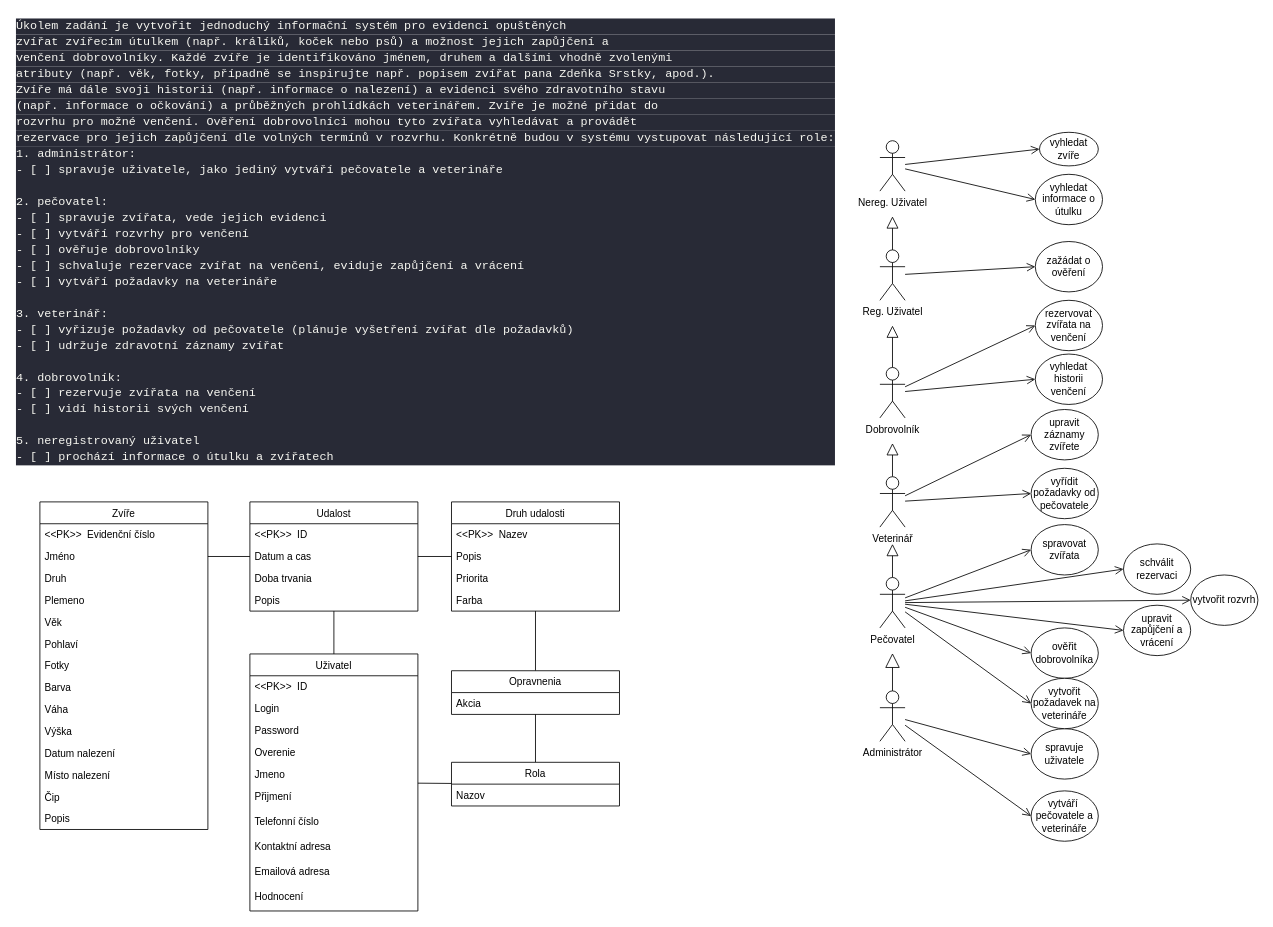
The draw.io diagram db.drawio in solumath/IIS-Zvireci-utulek, before the edit. Source tidied: cells renumbered, new cells numbered last; positions are measured from the earlier drawing's top-left corner, leaving out a move shared by most shapes. Both pictures are drawn from the tidied source at 84%, with x=0, y=0 at pixel (14, 14).
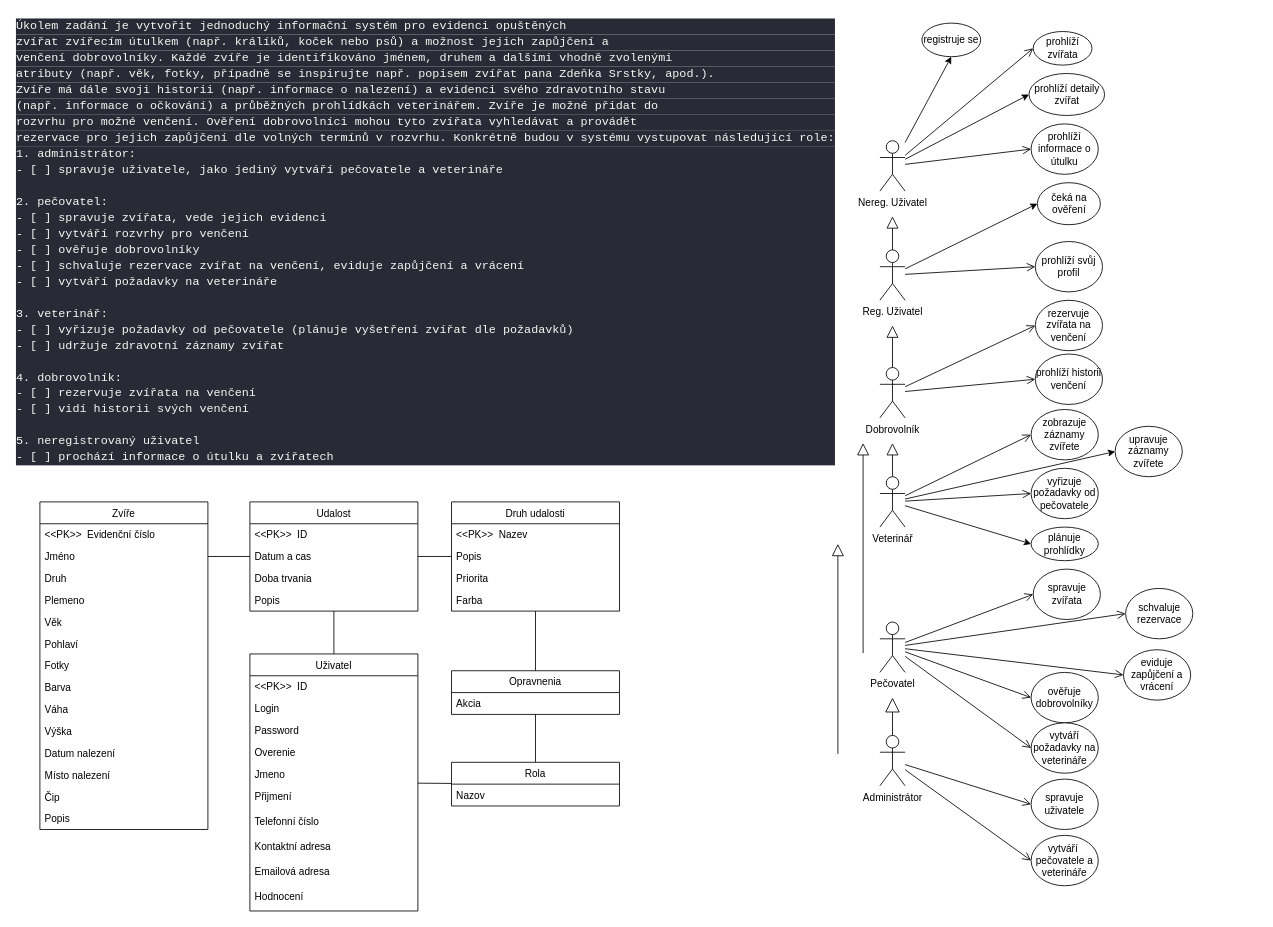
After the change.

Unchanged cells that the change refers to:
```xml
<mxCell id="68" value="Veterinář" style="shape=umlActor;verticalLabelPosition=bottom;verticalAlign=top;html=1;outlineConnect=0;" parent="1" vertex="1">
  <mxGeometry x="1030" y="550" width="30" height="60" as="geometry" />
</mxCell>
<mxCell id="75" value="Nereg. Uživatel" style="shape=umlActor;verticalLabelPosition=bottom;verticalAlign=top;html=1;outlineConnect=0;" parent="1" vertex="1">
  <mxGeometry x="1030" y="150" width="30" height="60" as="geometry" />
</mxCell>
<mxCell id="82" value="Reg. Uživatel" style="shape=umlActor;verticalLabelPosition=bottom;verticalAlign=top;html=1;outlineConnect=0;" parent="1" vertex="1">
  <mxGeometry x="1030" y="280" width="30" height="60" as="geometry" />
</mxCell>
```

Diff of the diagram source:
```diff
@@
     <mxCell id="55" value="Administrátor" style="shape=umlActor;verticalLabelPosition=bottom;verticalAlign=top;html=1;outlineConnect=0;" parent="1" vertex="1">
-      <mxGeometry x="1030" y="805" width="30" height="60" as="geometry" />
+      <mxGeometry x="1030" y="858" width="30" height="60" as="geometry" />
     </mxCell>
     <mxCell id="56" style="edgeStyle=none;html=1;startArrow=block;startFill=0;endArrow=none;endFill=0;startSize=15;endSize=12;strokeWidth=1;" parent="1" edge="1" target="55">
       <mxGeometry relative="1" as="geometry">
-        <mxPoint x="1045" y="760" as="sourcePoint" />
+        <mxPoint x="1045" y="813" as="sourcePoint" />
       </mxGeometry>
     </mxCell>
-    <mxCell id="57" style="edgeStyle=none;html=1;startArrow=none;startFill=0;endArrow=block;endFill=0;startSize=15;endSize=12;strokeWidth=1;" parent="1" edge="1" source="64">
+    <mxCell id="57" style="edgeStyle=none;html=1;startArrow=none;startFill=0;endArrow=block;endFill=0;startSize=15;endSize=12;strokeWidth=1;" parent="1" edge="1">
       <mxGeometry relative="1" as="geometry">
-        <mxPoint x="1045" y="630" as="targetPoint" />
+        <mxPoint x="1010" y="760" as="sourcePoint" />
+        <mxPoint x="1010" y="510" as="targetPoint" />
       </mxGeometry>
     </mxCell>
@@
-    <mxCell id="60" style="edgeStyle=none;html=1;entryX=0;entryY=0.5;entryDx=0;entryDy=0;startArrow=none;startFill=0;endArrow=open;endFill=0;startSize=15;endSize=8;strokeWidth=1;" parent="1" edge="1" source="64" target="89">
-      <mxGeometry relative="1" as="geometry" />
-    </mxCell>
@@
     <mxCell id="64" value="Pečovatel" style="shape=umlActor;verticalLabelPosition=bottom;verticalAlign=top;html=1;outlineConnect=0;" parent="1" vertex="1">
-      <mxGeometry x="1030" y="670" width="30" height="60" as="geometry" />
+      <mxGeometry x="1030" y="723" width="30" height="60" as="geometry" />
     </mxCell>
@@
+    <mxCell id="94" style="edgeStyle=none;html=1;entryX=0;entryY=0.5;entryDx=0;entryDy=0;" parent="1" edge="1" source="68" target="101">
+      <mxGeometry relative="1" as="geometry" />
+    </mxCell>
+    <mxCell id="95" style="edgeStyle=none;html=1;entryX=0;entryY=0.5;entryDx=0;entryDy=0;" parent="1" edge="1" source="68" target="102">
+      <mxGeometry relative="1" as="geometry" />
+    </mxCell>
@@
+    <mxCell id="96" style="edgeStyle=none;html=1;entryX=0;entryY=0.5;entryDx=0;entryDy=0;" parent="1" edge="1" source="75" target="100">
+      <mxGeometry relative="1" as="geometry" />
+    </mxCell>
+    <mxCell id="97" style="edgeStyle=none;html=1;entryX=0.5;entryY=1;entryDx=0;entryDy=0;" parent="1" edge="1" source="75" target="104">
+      <mxGeometry relative="1" as="geometry" />
+    </mxCell>
@@
-    <mxCell id="76" value="vyhledat zvíře" style="ellipse;whiteSpace=wrap;html=1;" parent="1" vertex="1">
-      <mxGeometry x="1220" y="140" width="70" height="40" as="geometry" />
+    <mxCell id="76" value="prohlíží zvířata" style="ellipse;whiteSpace=wrap;html=1;" parent="1" vertex="1">
+      <mxGeometry x="1212.5" y="20" width="70" height="40" as="geometry" />
     </mxCell>
-    <mxCell id="77" value="vyhledat informace o útulku" style="ellipse;whiteSpace=wrap;html=1;" parent="1" vertex="1">
-      <mxGeometry x="1215" y="190" width="80" height="60" as="geometry" />
+    <mxCell id="77" value="prohlíží informace o útulku" style="ellipse;whiteSpace=wrap;html=1;" parent="1" vertex="1">
+      <mxGeometry x="1210" y="130" width="80" height="60" as="geometry" />
     </mxCell>
     <mxCell id="78" value="spravuje uživatele" style="ellipse;whiteSpace=wrap;html=1;" parent="1" vertex="1">
-      <mxGeometry x="1210" y="850" width="80" height="60" as="geometry" />
+      <mxGeometry x="1210" y="910" width="80" height="60" as="geometry" />
     </mxCell>
     <mxCell id="79" value="vytváří&amp;nbsp; pečovatele a veterináře" style="ellipse;whiteSpace=wrap;html=1;" parent="1" vertex="1">
-      <mxGeometry x="1210" y="924" width="80" height="60" as="geometry" />
+      <mxGeometry x="1210" y="977" width="80" height="60" as="geometry" />
     </mxCell>
@@
+    <mxCell id="98" style="edgeStyle=none;html=1;entryX=0;entryY=0.5;entryDx=0;entryDy=0;" parent="1" edge="1" source="82" target="99">
+      <mxGeometry relative="1" as="geometry" />
+    </mxCell>
@@
-    <mxCell id="83" value="zažádat o ověření" style="ellipse;whiteSpace=wrap;html=1;" parent="1" vertex="1">
+    <mxCell id="83" value="prohlíží svůj profil" style="ellipse;whiteSpace=wrap;html=1;" parent="1" vertex="1">
       <mxGeometry x="1215" y="270" width="80" height="60" as="geometry" />
     </mxCell>
-    <mxCell id="84" value="rezervovat zvířata na venčení" style="ellipse;whiteSpace=wrap;html=1;" parent="1" vertex="1">
+    <mxCell id="84" value="rezervuje zvířata na venčení" style="ellipse;whiteSpace=wrap;html=1;" parent="1" vertex="1">
       <mxGeometry x="1215" y="340" width="80" height="60" as="geometry" />
     </mxCell>
-    <mxCell id="85" value="vyhledat historii venčení" style="ellipse;whiteSpace=wrap;html=1;" parent="1" vertex="1">
+    <mxCell id="85" value="prohlíží historii venčení" style="ellipse;whiteSpace=wrap;html=1;" parent="1" vertex="1">
       <mxGeometry x="1215" y="404" width="80" height="60" as="geometry" />
     </mxCell>
-    <mxCell id="86" value="upravit záznamy zvířete" style="ellipse;whiteSpace=wrap;html=1;" parent="1" vertex="1">
+    <mxCell id="86" value="zobrazuje záznamy zvířete" style="ellipse;whiteSpace=wrap;html=1;" parent="1" vertex="1">
       <mxGeometry x="1210" y="470" width="80" height="60" as="geometry" />
     </mxCell>
-    <mxCell id="87" value="vyřídit požadavky od pečovatele" style="ellipse;whiteSpace=wrap;html=1;" parent="1" vertex="1">
+    <mxCell id="87" value="vyřizuje požadavky od pečovatele" style="ellipse;whiteSpace=wrap;html=1;" parent="1" vertex="1">
       <mxGeometry x="1210" y="540" width="80" height="60" as="geometry" />
     </mxCell>
-    <mxCell id="88" value="spravovat zvířata" style="ellipse;whiteSpace=wrap;html=1;" parent="1" vertex="1">
-      <mxGeometry x="1210" y="607" width="80" height="60" as="geometry" />
+    <mxCell id="88" value="spravuje zvířata" style="ellipse;whiteSpace=wrap;html=1;" parent="1" vertex="1">
+      <mxGeometry x="1212.5" y="660" width="80" height="60" as="geometry" />
     </mxCell>
-    <mxCell id="89" value="vytvořit rozvrh" style="ellipse;whiteSpace=wrap;html=1;" parent="1" vertex="1">
-      <mxGeometry x="1400" y="667" width="80" height="60" as="geometry" />
-    </mxCell>
-    <mxCell id="90" value="ověřit dobrovolníka" style="ellipse;whiteSpace=wrap;html=1;" parent="1" vertex="1">
-      <mxGeometry x="1210" y="730" width="80" height="60" as="geometry" />
+    <mxCell id="90" value="ověřuje dobrovolníky" style="ellipse;whiteSpace=wrap;html=1;" parent="1" vertex="1">
+      <mxGeometry x="1210" y="783" width="80" height="60" as="geometry" />
     </mxCell>
-    <mxCell id="91" value="vytvořit požadavek na veterináře" style="ellipse;whiteSpace=wrap;html=1;" parent="1" vertex="1">
-      <mxGeometry x="1210" y="790" width="80" height="60" as="geometry" />
+    <mxCell id="91" value="vytváří požadavky na veterináře" style="ellipse;whiteSpace=wrap;html=1;" parent="1" vertex="1">
+      <mxGeometry x="1210" y="843" width="80" height="60" as="geometry" />
     </mxCell>
-    <mxCell id="92" value="schválit rezervaci" style="ellipse;whiteSpace=wrap;html=1;" parent="1" vertex="1">
-      <mxGeometry x="1320" y="630" width="80" height="60" as="geometry" />
+    <mxCell id="92" value="schvaluje rezervace" style="ellipse;whiteSpace=wrap;html=1;" parent="1" vertex="1">
+      <mxGeometry x="1322.5" y="683" width="80" height="60" as="geometry" />
     </mxCell>
-    <mxCell id="93" value="upravit zapůjčení a vrácení" style="ellipse;whiteSpace=wrap;html=1;" parent="1" vertex="1">
-      <mxGeometry x="1320" y="703" width="80" height="60" as="geometry" />
+    <mxCell id="93" value="eviduje zapůjčení a vrácení" style="ellipse;whiteSpace=wrap;html=1;" parent="1" vertex="1">
+      <mxGeometry x="1320" y="756" width="80" height="60" as="geometry" />
     </mxCell>
+    <mxCell id="99" value="čeká na ověření" style="ellipse;whiteSpace=wrap;html=1;" parent="1" vertex="1">
+      <mxGeometry x="1217.5" y="200" width="75" height="50" as="geometry" />
+    </mxCell>
+    <mxCell id="100" value="prohlíží detaily zvířat" style="ellipse;whiteSpace=wrap;html=1;" parent="1" vertex="1">
+      <mxGeometry x="1207.5" y="70" width="90" height="50" as="geometry" />
+    </mxCell>
+    <mxCell id="101" value="upravuje záznamy zvířete" style="ellipse;whiteSpace=wrap;html=1;" parent="1" vertex="1">
+      <mxGeometry x="1310" y="490" width="80" height="60" as="geometry" />
+    </mxCell>
+    <mxCell id="102" value="plánuje prohlídky" style="ellipse;whiteSpace=wrap;html=1;" parent="1" vertex="1">
+      <mxGeometry x="1210" y="610" width="80" height="40" as="geometry" />
+    </mxCell>
+    <mxCell id="103" style="edgeStyle=none;html=1;startArrow=none;startFill=0;endArrow=block;endFill=0;startSize=15;endSize=12;strokeWidth=1;" parent="1" edge="1">
+      <mxGeometry relative="1" as="geometry">
+        <mxPoint x="980" y="880" as="sourcePoint" />
+        <mxPoint x="980" y="630" as="targetPoint" />
+      </mxGeometry>
+    </mxCell>
+    <mxCell id="104" value="registruje se" style="ellipse;whiteSpace=wrap;html=1;" parent="1" vertex="1">
+      <mxGeometry x="1080" y="10" width="70" height="40" as="geometry" />
+    </mxCell>
```
